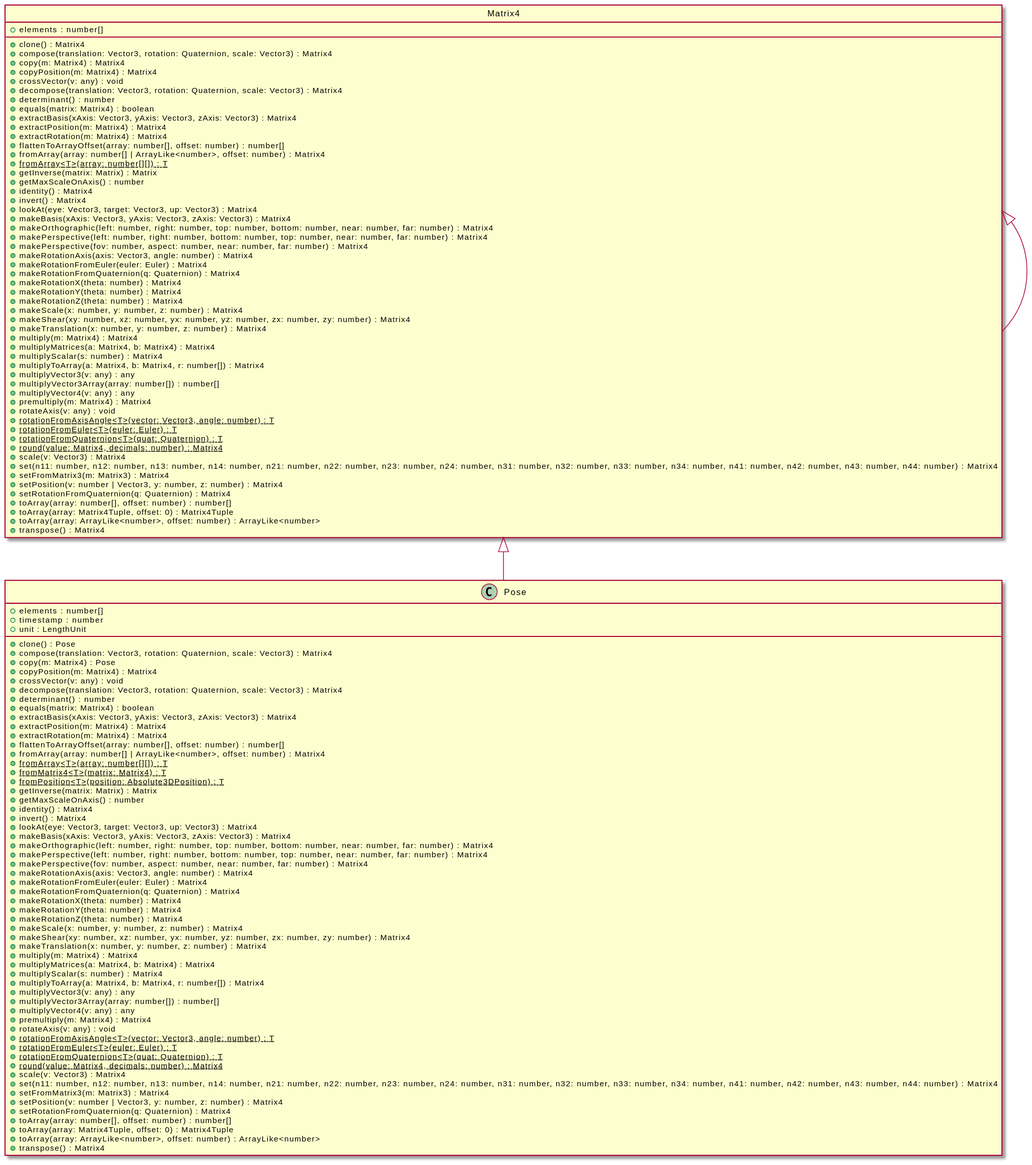
Earlier version of the PlantUML export assets/Matrix4-umlClassDiagram-1590.svg (OpenHPS/openhps-core). Its diagram source:
```plantuml
@startuml
skinparam BackgroundColor transparent
hide empty methods
hide empty fields
class "Matrix4" {
    +elements : number[]
    +clone() : Matrix4
    +compose(translation: Vector3, rotation: Quaternion, scale: Vector3) : Matrix4
    +copy(m: Matrix4) : Matrix4
    +copyPosition(m: Matrix4) : Matrix4
    +crossVector(v: any) : void
    +decompose(translation: Vector3, rotation: Quaternion, scale: Vector3) : Matrix4
    +determinant() : number
    +equals(matrix: Matrix4) : boolean
    +extractBasis(xAxis: Vector3, yAxis: Vector3, zAxis: Vector3) : Matrix4
    +extractPosition(m: Matrix4) : Matrix4
    +extractRotation(m: Matrix4) : Matrix4
    +flattenToArrayOffset(array: number[], offset: number) : number[]
    +fromArray(array: number[] | ArrayLike<number>, offset: number) : Matrix4
    {static} +fromArray<T>(array: number[][]) : T
    +getInverse(matrix: Matrix) : Matrix
    +getMaxScaleOnAxis() : number
    +identity() : Matrix4
    +invert() : Matrix4
    +lookAt(eye: Vector3, target: Vector3, up: Vector3) : Matrix4
    +makeBasis(xAxis: Vector3, yAxis: Vector3, zAxis: Vector3) : Matrix4
    +makeOrthographic(left: number, right: number, top: number, bottom: number, near: number, far: number) : Matrix4
    +makePerspective(left: number, right: number, bottom: number, top: number, near: number, far: number) : Matrix4
    +makePerspective(fov: number, aspect: number, near: number, far: number) : Matrix4
    +makeRotationAxis(axis: Vector3, angle: number) : Matrix4
    +makeRotationFromEuler(euler: Euler) : Matrix4
    +makeRotationFromQuaternion(q: Quaternion) : Matrix4
    +makeRotationX(theta: number) : Matrix4
    +makeRotationY(theta: number) : Matrix4
    +makeRotationZ(theta: number) : Matrix4
    +makeScale(x: number, y: number, z: number) : Matrix4
    +makeShear(xy: number, xz: number, yx: number, yz: number, zx: number, zy: number) : Matrix4
    +makeTranslation(x: number, y: number, z: number) : Matrix4
    +multiply(m: Matrix4) : Matrix4
    +multiplyMatrices(a: Matrix4, b: Matrix4) : Matrix4
    +multiplyScalar(s: number) : Matrix4
    +multiplyToArray(a: Matrix4, b: Matrix4, r: number[]) : Matrix4
    +multiplyVector3(v: any) : any
    +multiplyVector3Array(array: number[]) : number[]
    +multiplyVector4(v: any) : any
    +premultiply(m: Matrix4) : Matrix4
    +rotateAxis(v: any) : void
    {static} +rotationFromAxisAngle<T>(vector: Vector3, angle: number) : T
    {static} +rotationFromEuler<T>(euler: Euler) : T
    {static} +rotationFromQuaternion<T>(quat: Quaternion) : T
    {static} +round(value: Matrix4, decimals: number) : Matrix4
    +scale(v: Vector3) : Matrix4
    +set(n11: number, n12: number, n13: number, n14: number, n21: number, n22: number, n23: number, n24: number, n31: number, n32: number, n33: number, n34: number, n41: number, n42: number, n43: number, n44: number) : Matrix4
    +setFromMatrix3(m: Matrix3) : Matrix4
    +setPosition(v: number | Vector3, y: number, z: number) : Matrix4
    +setRotationFromQuaternion(q: Quaternion) : Matrix4
    +toArray(array: number[], offset: number) : number[]
    +toArray(array: Matrix4Tuple, offset: 0) : Matrix4Tuple
    +toArray(array: ArrayLike<number>, offset: number) : ArrayLike<number>
    +transpose() : Matrix4
}
class "Matrix4"
hide "Matrix4" circle
"Matrix4" <|-- "Matrix4"
class "Pose" {
    +elements : number[]
    +timestamp : number
    +unit : LengthUnit
    +clone() : Pose
    +compose(translation: Vector3, rotation: Quaternion, scale: Vector3) : Matrix4
    +copy(m: Matrix4) : Pose
    +copyPosition(m: Matrix4) : Matrix4
    +crossVector(v: any) : void
    +decompose(translation: Vector3, rotation: Quaternion, scale: Vector3) : Matrix4
    +determinant() : number
    +equals(matrix: Matrix4) : boolean
    +extractBasis(xAxis: Vector3, yAxis: Vector3, zAxis: Vector3) : Matrix4
    +extractPosition(m: Matrix4) : Matrix4
    +extractRotation(m: Matrix4) : Matrix4
    +flattenToArrayOffset(array: number[], offset: number) : number[]
    +fromArray(array: number[] | ArrayLike<number>, offset: number) : Matrix4
    {static} +fromArray<T>(array: number[][]) : T
    {static} +fromMatrix4<T>(matrix: Matrix4) : T
    {static} +fromPosition<T>(position: Absolute3DPosition) : T
    +getInverse(matrix: Matrix) : Matrix
    +getMaxScaleOnAxis() : number
    +identity() : Matrix4
    +invert() : Matrix4
    +lookAt(eye: Vector3, target: Vector3, up: Vector3) : Matrix4
    +makeBasis(xAxis: Vector3, yAxis: Vector3, zAxis: Vector3) : Matrix4
    +makeOrthographic(left: number, right: number, top: number, bottom: number, near: number, far: number) : Matrix4
    +makePerspective(left: number, right: number, bottom: number, top: number, near: number, far: number) : Matrix4
    +makePerspective(fov: number, aspect: number, near: number, far: number) : Matrix4
    +makeRotationAxis(axis: Vector3, angle: number) : Matrix4
    +makeRotationFromEuler(euler: Euler) : Matrix4
    +makeRotationFromQuaternion(q: Quaternion) : Matrix4
    +makeRotationX(theta: number) : Matrix4
    +makeRotationY(theta: number) : Matrix4
    +makeRotationZ(theta: number) : Matrix4
    +makeScale(x: number, y: number, z: number) : Matrix4
    +makeShear(xy: number, xz: number, yx: number, yz: number, zx: number, zy: number) : Matrix4
    +makeTranslation(x: number, y: number, z: number) : Matrix4
    +multiply(m: Matrix4) : Matrix4
    +multiplyMatrices(a: Matrix4, b: Matrix4) : Matrix4
    +multiplyScalar(s: number) : Matrix4
    +multiplyToArray(a: Matrix4, b: Matrix4, r: number[]) : Matrix4
    +multiplyVector3(v: any) : any
    +multiplyVector3Array(array: number[]) : number[]
    +multiplyVector4(v: any) : any
    +premultiply(m: Matrix4) : Matrix4
    +rotateAxis(v: any) : void
    {static} +rotationFromAxisAngle<T>(vector: Vector3, angle: number) : T
    {static} +rotationFromEuler<T>(euler: Euler) : T
    {static} +rotationFromQuaternion<T>(quat: Quaternion) : T
    {static} +round(value: Matrix4, decimals: number) : Matrix4
    +scale(v: Vector3) : Matrix4
    +set(n11: number, n12: number, n13: number, n14: number, n21: number, n22: number, n23: number, n24: number, n31: number, n32: number, n33: number, n34: number, n41: number, n42: number, n43: number, n44: number) : Matrix4
    +setFromMatrix3(m: Matrix3) : Matrix4
    +setPosition(v: number | Vector3, y: number, z: number) : Matrix4
    +setRotationFromQuaternion(q: Quaternion) : Matrix4
    +toArray(array: number[], offset: number) : number[]
    +toArray(array: Matrix4Tuple, offset: 0) : Matrix4Tuple
    +toArray(array: ArrayLike<number>, offset: number) : ArrayLike<number>
    +transpose() : Matrix4
}
"Matrix4" <|-- "Pose"
@enduml
```
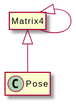
Later version of the same file.

The edit, as a diff of the source:
```diff
@@ -3,125 +3,11 @@
 hide empty methods
 hide empty fields
 class "Matrix4" {
-    +elements : number[]
-    +clone() : Matrix4
-    +compose(translation: Vector3, rotation: Quaternion, scale: Vector3) : Matrix4
-    +copy(m: Matrix4) : Matrix4
-    +copyPosition(m: Matrix4) : Matrix4
-    +crossVector(v: any) : void
-    +decompose(translation: Vector3, rotation: Quaternion, scale: Vector3) : Matrix4
-    +determinant() : number
-    +equals(matrix: Matrix4) : boolean
-    +extractBasis(xAxis: Vector3, yAxis: Vector3, zAxis: Vector3) : Matrix4
-    +extractPosition(m: Matrix4) : Matrix4
-    +extractRotation(m: Matrix4) : Matrix4
-    +flattenToArrayOffset(array: number[], offset: number) : number[]
-    +fromArray(array: number[] | ArrayLike<number>, offset: number) : Matrix4
-    {static} +fromArray<T>(array: number[][]) : T
-    +getInverse(matrix: Matrix) : Matrix
-    +getMaxScaleOnAxis() : number
-    +identity() : Matrix4
-    +invert() : Matrix4
-    +lookAt(eye: Vector3, target: Vector3, up: Vector3) : Matrix4
-    +makeBasis(xAxis: Vector3, yAxis: Vector3, zAxis: Vector3) : Matrix4
-    +makeOrthographic(left: number, right: number, top: number, bottom: number, near: number, far: number) : Matrix4
-    +makePerspective(left: number, right: number, bottom: number, top: number, near: number, far: number) : Matrix4
-    +makePerspective(fov: number, aspect: number, near: number, far: number) : Matrix4
-    +makeRotationAxis(axis: Vector3, angle: number) : Matrix4
-    +makeRotationFromEuler(euler: Euler) : Matrix4
-    +makeRotationFromQuaternion(q: Quaternion) : Matrix4
-    +makeRotationX(theta: number) : Matrix4
-    +makeRotationY(theta: number) : Matrix4
-    +makeRotationZ(theta: number) : Matrix4
-    +makeScale(x: number, y: number, z: number) : Matrix4
-    +makeShear(xy: number, xz: number, yx: number, yz: number, zx: number, zy: number) : Matrix4
-    +makeTranslation(x: number, y: number, z: number) : Matrix4
-    +multiply(m: Matrix4) : Matrix4
-    +multiplyMatrices(a: Matrix4, b: Matrix4) : Matrix4
-    +multiplyScalar(s: number) : Matrix4
-    +multiplyToArray(a: Matrix4, b: Matrix4, r: number[]) : Matrix4
-    +multiplyVector3(v: any) : any
-    +multiplyVector3Array(array: number[]) : number[]
-    +multiplyVector4(v: any) : any
-    +premultiply(m: Matrix4) : Matrix4
-    +rotateAxis(v: any) : void
-    {static} +rotationFromAxisAngle<T>(vector: Vector3, angle: number) : T
-    {static} +rotationFromEuler<T>(euler: Euler) : T
-    {static} +rotationFromQuaternion<T>(quat: Quaternion) : T
-    {static} +round(value: Matrix4, decimals: number) : Matrix4
-    +scale(v: Vector3) : Matrix4
-    +set(n11: number, n12: number, n13: number, n14: number, n21: number, n22: number, n23: number, n24: number, n31: number, n32: number, n33: number, n34: number, n41: number, n42: number, n43: number, n44: number) : Matrix4
-    +setFromMatrix3(m: Matrix3) : Matrix4
-    +setPosition(v: number | Vector3, y: number, z: number) : Matrix4
-    +setRotationFromQuaternion(q: Quaternion) : Matrix4
-    +toArray(array: number[], offset: number) : number[]
-    +toArray(array: Matrix4Tuple, offset: 0) : Matrix4Tuple
-    +toArray(array: ArrayLike<number>, offset: number) : ArrayLike<number>
-    +transpose() : Matrix4
 }
 class "Matrix4"
 hide "Matrix4" circle
 "Matrix4" <|-- "Matrix4"
 class "Pose" {
-    +elements : number[]
-    +timestamp : number
-    +unit : LengthUnit
-    +clone() : Pose
-    +compose(translation: Vector3, rotation: Quaternion, scale: Vector3) : Matrix4
-    +copy(m: Matrix4) : Pose
-    +copyPosition(m: Matrix4) : Matrix4
-    +crossVector(v: any) : void
-    +decompose(translation: Vector3, rotation: Quaternion, scale: Vector3) : Matrix4
-    +determinant() : number
-    +equals(matrix: Matrix4) : boolean
-    +extractBasis(xAxis: Vector3, yAxis: Vector3, zAxis: Vector3) : Matrix4
-    +extractPosition(m: Matrix4) : Matrix4
-    +extractRotation(m: Matrix4) : Matrix4
-    +flattenToArrayOffset(array: number[], offset: number) : number[]
-    +fromArray(array: number[] | ArrayLike<number>, offset: number) : Matrix4
-    {static} +fromArray<T>(array: number[][]) : T
-    {static} +fromMatrix4<T>(matrix: Matrix4) : T
-    {static} +fromPosition<T>(position: Absolute3DPosition) : T
-    +getInverse(matrix: Matrix) : Matrix
-    +getMaxScaleOnAxis() : number
-    +identity() : Matrix4
-    +invert() : Matrix4
-    +lookAt(eye: Vector3, target: Vector3, up: Vector3) : Matrix4
-    +makeBasis(xAxis: Vector3, yAxis: Vector3, zAxis: Vector3) : Matrix4
-    +makeOrthographic(left: number, right: number, top: number, bottom: number, near: number, far: number) : Matrix4
-    +makePerspective(left: number, right: number, bottom: number, top: number, near: number, far: number) : Matrix4
-    +makePerspective(fov: number, aspect: number, near: number, far: number) : Matrix4
-    +makeRotationAxis(axis: Vector3, angle: number) : Matrix4
-    +makeRotationFromEuler(euler: Euler) : Matrix4
-    +makeRotationFromQuaternion(q: Quaternion) : Matrix4
-    +makeRotationX(theta: number) : Matrix4
-    +makeRotationY(theta: number) : Matrix4
-    +makeRotationZ(theta: number) : Matrix4
-    +makeScale(x: number, y: number, z: number) : Matrix4
-    +makeShear(xy: number, xz: number, yx: number, yz: number, zx: number, zy: number) : Matrix4
-    +makeTranslation(x: number, y: number, z: number) : Matrix4
-    +multiply(m: Matrix4) : Matrix4
-    +multiplyMatrices(a: Matrix4, b: Matrix4) : Matrix4
-    +multiplyScalar(s: number) : Matrix4
-    +multiplyToArray(a: Matrix4, b: Matrix4, r: number[]) : Matrix4
-    +multiplyVector3(v: any) : any
-    +multiplyVector3Array(array: number[]) : number[]
-    +multiplyVector4(v: any) : any
-    +premultiply(m: Matrix4) : Matrix4
-    +rotateAxis(v: any) : void
-    {static} +rotationFromAxisAngle<T>(vector: Vector3, angle: number) : T
-    {static} +rotationFromEuler<T>(euler: Euler) : T
-    {static} +rotationFromQuaternion<T>(quat: Quaternion) : T
-    {static} +round(value: Matrix4, decimals: number) : Matrix4
-    +scale(v: Vector3) : Matrix4
-    +set(n11: number, n12: number, n13: number, n14: number, n21: number, n22: number, n23: number, n24: number, n31: number, n32: number, n33: number, n34: number, n41: number, n42: number, n43: number, n44: number) : Matrix4
-    +setFromMatrix3(m: Matrix3) : Matrix4
-    +setPosition(v: number | Vector3, y: number, z: number) : Matrix4
-    +setRotationFromQuaternion(q: Quaternion) : Matrix4
-    +toArray(array: number[], offset: number) : number[]
-    +toArray(array: Matrix4Tuple, offset: 0) : Matrix4Tuple
-    +toArray(array: ArrayLike<number>, offset: number) : ArrayLike<number>
-    +transpose() : Matrix4
 }
 "Matrix4" <|-- "Pose"
 @enduml
```
